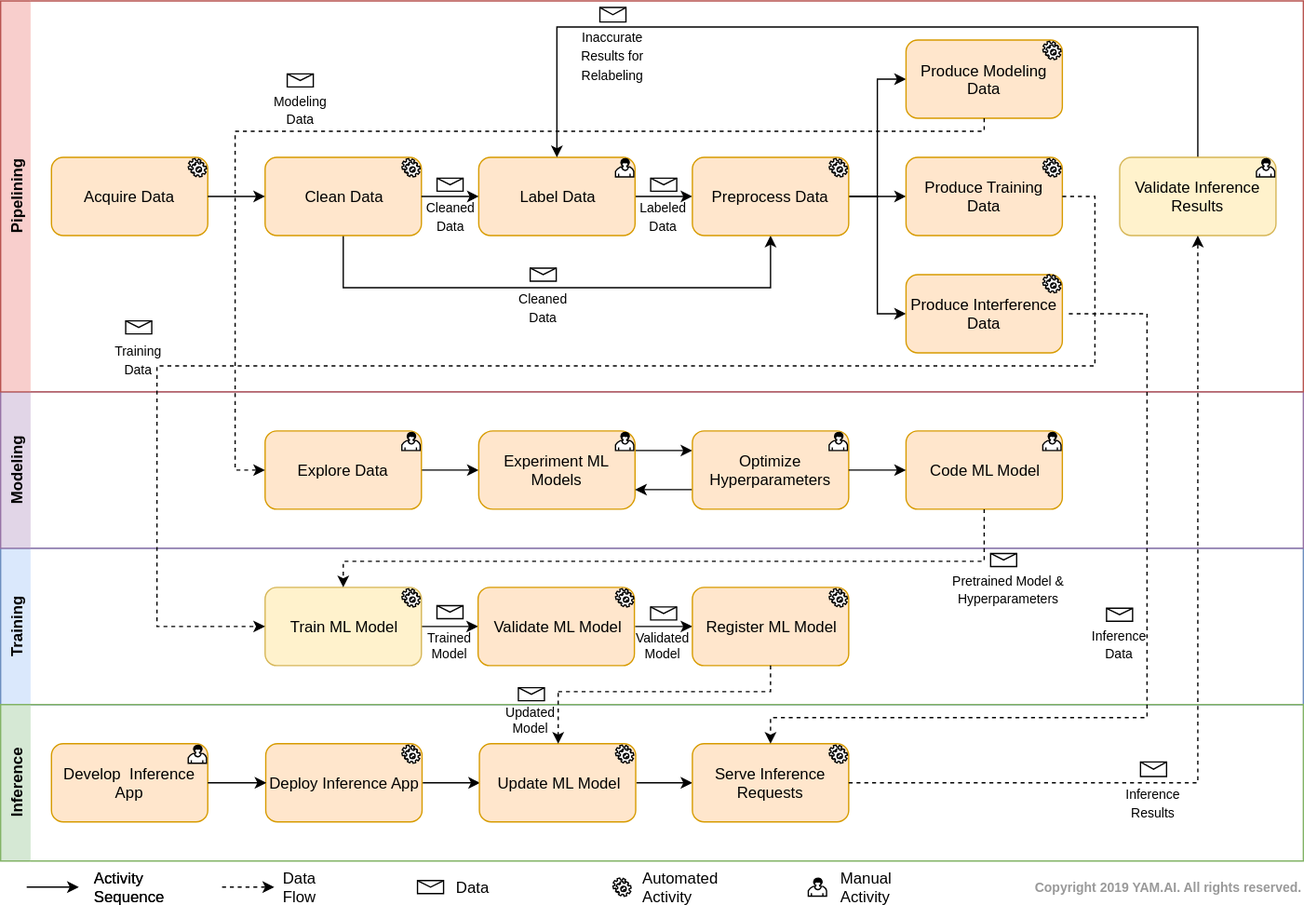
Earlier version of the draw.io export _static/images/yamflowchart.svg (yam-ai/yamflow-doc). Source tidied: cells renumbered, new cells last; positions are measured from the earlier drawing's top-left corner, leaving out a move shared by most shapes.
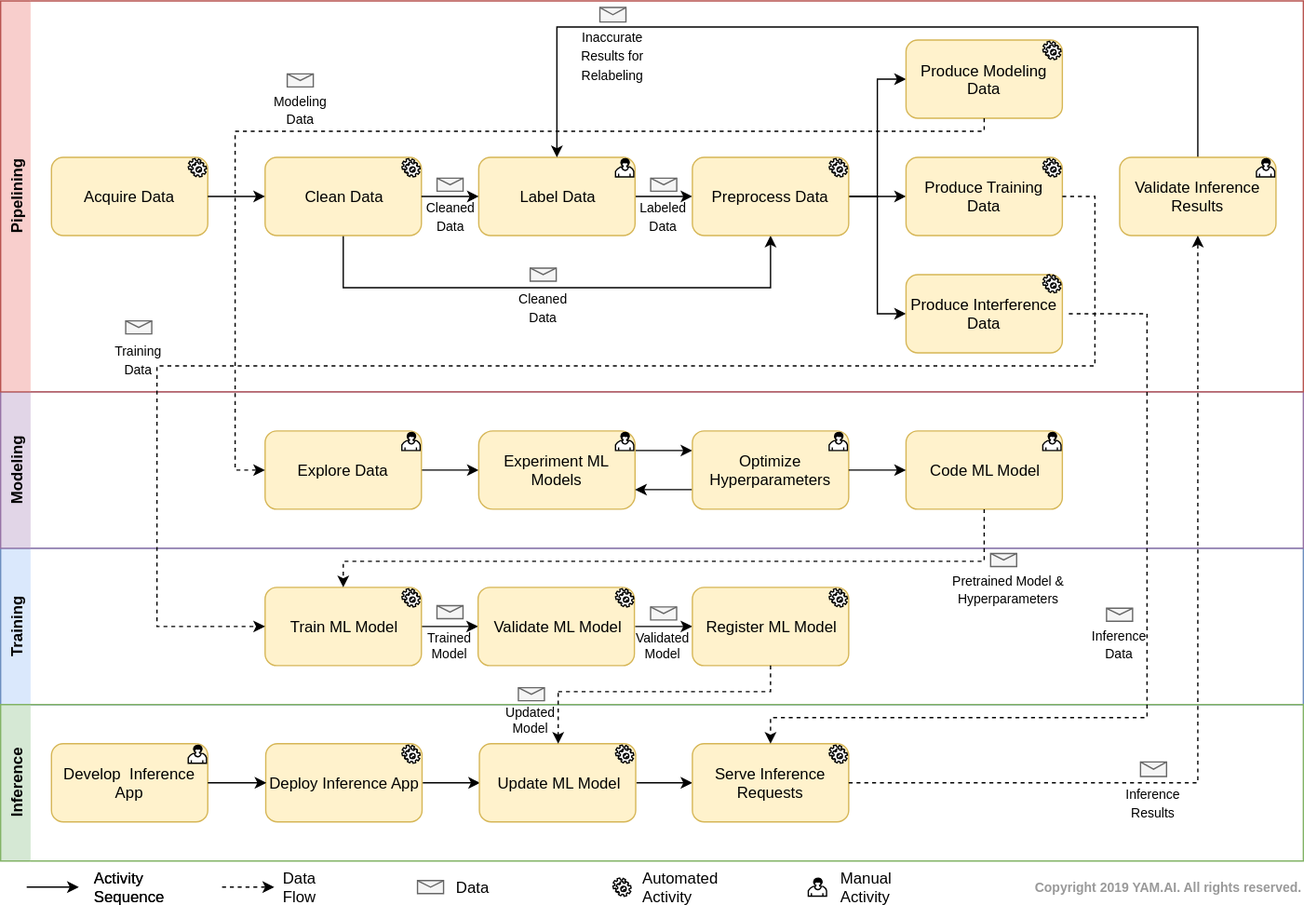
The same diagram one commit later.

Commit message:
Edit YamFlow Chart diagram

Change to the diagram source:
```diff
@@ -11,22 +11,22 @@
     <mxCell id="4" style="edgeStyle=orthogonalEdgeStyle;rounded=0;html=1;exitX=1;exitY=0.5;exitDx=0;exitDy=0;jettySize=auto;" parent="3" edge="1" source="5" target="7">
       <mxGeometry relative="1" as="geometry" />
     </mxCell>
-    <mxCell id="5" value="Explore Data" style="shape=ext;rounded=1;html=1;whiteSpace=wrap;fillColor=#ffe6cc;strokeColor=#d79b00;" parent="3" vertex="1">
+    <mxCell id="5" value="Explore Data" style="shape=ext;rounded=1;html=1;whiteSpace=wrap;fillColor=#fff2cc;strokeColor=#d6b656;" parent="3" vertex="1">
       <mxGeometry x="203" y="30" width="120" height="60" as="geometry" />
     </mxCell>
     <mxCell id="6" style="edgeStyle=orthogonalEdgeStyle;rounded=0;html=1;exitX=1;exitY=0.25;exitDx=0;exitDy=0;entryX=0;entryY=0.25;entryDx=0;entryDy=0;jettySize=auto;" parent="3" edge="1" source="7" target="9">
       <mxGeometry relative="1" as="geometry" />
     </mxCell>
-    <mxCell id="7" value="Experiment ML Models" style="shape=ext;rounded=1;html=1;whiteSpace=wrap;fillColor=#ffe6cc;strokeColor=#d79b00;arcSize=18;" parent="3" vertex="1">
+    <mxCell id="7" value="Experiment ML Models" style="shape=ext;rounded=1;html=1;whiteSpace=wrap;fillColor=#fff2cc;strokeColor=#d6b656;arcSize=18;" parent="3" vertex="1">
       <mxGeometry x="367" y="30" width="120" height="60" as="geometry" />
     </mxCell>
     <mxCell id="8" style="edgeStyle=orthogonalEdgeStyle;rounded=0;html=1;exitX=0;exitY=0.75;exitDx=0;exitDy=0;entryX=1;entryY=0.75;entryDx=0;entryDy=0;jettySize=auto;" parent="3" edge="1" source="9" target="7">
       <mxGeometry relative="1" as="geometry" />
     </mxCell>
-    <mxCell id="9" value="Optimize Hyperparameters" style="shape=ext;rounded=1;html=1;whiteSpace=wrap;fillColor=#ffe6cc;strokeColor=#d79b00;" parent="3" vertex="1">
+    <mxCell id="9" value="Optimize Hyperparameters" style="shape=ext;rounded=1;html=1;whiteSpace=wrap;fillColor=#fff2cc;strokeColor=#d6b656;" parent="3" vertex="1">
       <mxGeometry x="531" y="30" width="120" height="60" as="geometry" />
     </mxCell>
-    <mxCell id="10" value="Code ML Model" style="shape=ext;rounded=1;html=1;whiteSpace=wrap;fillColor=#ffe6cc;strokeColor=#d79b00;" parent="3" vertex="1">
+    <mxCell id="10" value="Code ML Model" style="shape=ext;rounded=1;html=1;whiteSpace=wrap;fillColor=#fff2cc;strokeColor=#d6b656;" parent="3" vertex="1">
       <mxGeometry x="695" y="30" width="120" height="60" as="geometry" />
     </mxCell>
     <mxCell id="11" style="edgeStyle=orthogonalEdgeStyle;rounded=0;html=1;exitX=1;exitY=0.5;exitDx=0;exitDy=0;jettySize=auto;entryX=0;entryY=0.5;entryDx=0;entryDy=0;" parent="3" edge="1" source="9" target="10">
@@ -53,10 +53,10 @@
     <mxCell id="18" style="edgeStyle=orthogonalEdgeStyle;rounded=0;html=1;exitX=1;exitY=0.5;exitDx=0;exitDy=0;entryX=0;entryY=0.5;entryDx=0;entryDy=0;jettySize=auto;" parent="2" edge="1" source="19" target="20">
       <mxGeometry relative="1" as="geometry" />
     </mxCell>
-    <mxCell id="19" value="Validate ML Model" style="shape=ext;rounded=1;html=1;whiteSpace=wrap;fillColor=#ffe6cc;strokeColor=#d79b00;" parent="2" vertex="1">
+    <mxCell id="19" value="Validate ML Model" style="shape=ext;rounded=1;html=1;whiteSpace=wrap;fillColor=#fff2cc;strokeColor=#d6b656;" parent="2" vertex="1">
       <mxGeometry x="366.5" y="30" width="120" height="60" as="geometry" />
     </mxCell>
-    <mxCell id="20" value="Register ML Model" style="shape=ext;rounded=1;html=1;whiteSpace=wrap;fillColor=#ffe6cc;strokeColor=#d79b00;" parent="2" vertex="1">
+    <mxCell id="20" value="Register ML Model" style="shape=ext;rounded=1;html=1;whiteSpace=wrap;fillColor=#fff2cc;strokeColor=#d6b656;" parent="2" vertex="1">
       <mxGeometry x="531" y="30" width="120" height="60" as="geometry" />
     </mxCell>
     <mxCell id="21" style="edgeStyle=orthogonalEdgeStyle;rounded=0;html=1;exitX=0.5;exitY=1;exitDx=0;exitDy=0;entryX=0.5;entryY=0;entryDx=0;entryDy=0;dashed=1;jettySize=auto;" parent="2" edge="1" source="10" target="17">
@@ -76,13 +76,13 @@
     <mxCell id="24" style="shape=mxgraph.bpmn.service_task;html=1;" parent="2" vertex="1">
       <mxGeometry x="636" y="31" width="14" height="14" as="geometry" />
     </mxCell>
-    <mxCell id="25" style="shape=message;whiteSpace=wrap;html=1;" parent="2" vertex="1">
+    <mxCell id="25" style="shape=message;whiteSpace=wrap;html=1;fillColor=#f5f5f5;strokeColor=#666666;fontColor=#333333;" parent="2" vertex="1">
       <mxGeometry x="334.9" y="44" width="20" height="10" as="geometry" />
     </mxCell>
-    <mxCell id="26" style="shape=message;whiteSpace=wrap;html=1;" parent="2" vertex="1">
+    <mxCell id="26" style="shape=message;whiteSpace=wrap;html=1;fillColor=#f5f5f5;strokeColor=#666666;fontColor=#333333;" parent="2" vertex="1">
       <mxGeometry x="498.9" y="45" width="20" height="10" as="geometry" />
     </mxCell>
-    <mxCell id="27" style="shape=message;whiteSpace=wrap;html=1;" parent="2" vertex="1">
+    <mxCell id="27" style="shape=message;whiteSpace=wrap;html=1;fillColor=#f5f5f5;strokeColor=#666666;fontColor=#333333;" parent="2" vertex="1">
       <mxGeometry x="759.9" y="4" width="20" height="10" as="geometry" />
     </mxCell>
     <mxCell id="28" value="&lt;font style=&quot;font-size: 10px ; line-height: 120%&quot;&gt;Pretrained Model &amp;amp; &lt;br&gt;Hyperparameters&lt;br&gt;&lt;/font&gt;" style="text;html=1;align=center;verticalAlign=middle;fillColor=none;strokeColor=none;rounded=0;" parent="2" vertex="1">
@@ -94,7 +94,7 @@
     <mxCell id="30" value="&lt;p style=&quot;line-height: 120% ; font-size: 10px&quot;&gt;Updated&lt;br&gt;Model&lt;br&gt;&lt;/p&gt;" style="text;html=1;align=center;verticalAlign=middle;fillColor=none;strokeColor=none;rounded=0;" parent="29" vertex="1">
       <mxGeometry width="50" height="50" as="geometry" />
     </mxCell>
-    <mxCell id="31" style="shape=message;whiteSpace=wrap;html=1;" parent="29" vertex="1">
+    <mxCell id="31" style="shape=message;whiteSpace=wrap;html=1;fillColor=#f5f5f5;strokeColor=#666666;fontColor=#333333;" parent="29" vertex="1">
       <mxGeometry x="15" width="20" height="10" as="geometry" />
     </mxCell>
     <mxCell id="32" value="&lt;p style=&quot;line-height: 120% ; font-size: 10px&quot;&gt;Trained&lt;br&gt;Model&lt;br&gt;&lt;/p&gt;" style="text;html=1;align=center;verticalAlign=middle;fillColor=none;strokeColor=none;rounded=0;" parent="2" vertex="1">
@@ -103,7 +103,7 @@
     <mxCell id="33" value="&lt;p style=&quot;line-height: 120% ; font-size: 10px&quot;&gt;Validated&lt;br&gt;Model&lt;br&gt;&lt;/p&gt;" style="text;html=1;align=center;verticalAlign=middle;fillColor=none;strokeColor=none;rounded=0;" parent="2" vertex="1">
       <mxGeometry x="478.9" y="50" width="60" height="50" as="geometry" />
     </mxCell>
-    <mxCell id="34" style="shape=message;whiteSpace=wrap;html=1;" parent="2" vertex="1">
+    <mxCell id="34" style="shape=message;whiteSpace=wrap;html=1;fillColor=#f5f5f5;strokeColor=#666666;fontColor=#333333;" parent="2" vertex="1">
       <mxGeometry x="848.9" y="46" width="20" height="10" as="geometry" />
     </mxCell>
     <mxCell id="35" value="&lt;font style=&quot;font-size: 10px&quot;&gt;Inference&lt;br&gt;Data&lt;/font&gt;" style="text;html=1;align=center;verticalAlign=middle;fillColor=none;strokeColor=none;rounded=0;" parent="2" vertex="1">
@@ -115,16 +115,16 @@
     <mxCell id="37" style="edgeStyle=orthogonalEdgeStyle;rounded=0;html=1;exitX=1;exitY=0.5;exitDx=0;exitDy=0;entryX=0;entryY=0.5;entryDx=0;entryDy=0;jettySize=auto;" parent="36" edge="1" source="38" target="40">
       <mxGeometry relative="1" as="geometry" />
     </mxCell>
-    <mxCell id="38" value="Deploy Inference App" style="shape=ext;rounded=1;html=1;whiteSpace=wrap;fillColor=#ffe6cc;strokeColor=#d79b00;" parent="36" vertex="1">
+    <mxCell id="38" value="Deploy Inference App" style="shape=ext;rounded=1;html=1;whiteSpace=wrap;fillColor=#fff2cc;strokeColor=#d6b656;" parent="36" vertex="1">
       <mxGeometry x="203.5" y="30" width="120" height="60" as="geometry" />
     </mxCell>
     <mxCell id="39" style="edgeStyle=orthogonalEdgeStyle;rounded=0;html=1;exitX=1;exitY=0.5;exitDx=0;exitDy=0;jettySize=auto;" parent="36" edge="1" source="40" target="41">
       <mxGeometry relative="1" as="geometry" />
     </mxCell>
-    <mxCell id="40" value="Update ML Model" style="shape=ext;rounded=1;html=1;whiteSpace=wrap;fillColor=#ffe6cc;strokeColor=#d79b00;" parent="36" vertex="1">
+    <mxCell id="40" value="Update ML Model" style="shape=ext;rounded=1;html=1;whiteSpace=wrap;fillColor=#fff2cc;strokeColor=#d6b656;" parent="36" vertex="1">
       <mxGeometry x="367.5" y="30" width="120" height="60" as="geometry" />
     </mxCell>
-    <mxCell id="41" value="Serve Inference Requests" style="shape=ext;rounded=1;html=1;whiteSpace=wrap;fillColor=#ffe6cc;strokeColor=#d79b00;" parent="36" vertex="1">
+    <mxCell id="41" value="Serve Inference Requests" style="shape=ext;rounded=1;html=1;whiteSpace=wrap;fillColor=#fff2cc;strokeColor=#d6b656;" parent="36" vertex="1">
       <mxGeometry x="531" y="30" width="120" height="60" as="geometry" />
     </mxCell>
     <mxCell id="42" style="shape=mxgraph.bpmn.service_task;html=1;" parent="36" vertex="1">
@@ -136,7 +136,7 @@
     <mxCell id="44" style="shape=mxgraph.bpmn.service_task;html=1;" parent="36" vertex="1">
       <mxGeometry x="308" y="31" width="14" height="14" as="geometry" />
     </mxCell>
-    <mxCell id="45" value="Develop&amp;nbsp; Inference App" style="shape=ext;rounded=1;html=1;whiteSpace=wrap;fillColor=#ffe6cc;strokeColor=#d79b00;" parent="36" vertex="1">
+    <mxCell id="45" value="Develop&amp;nbsp; Inference App" style="shape=ext;rounded=1;html=1;whiteSpace=wrap;fillColor=#fff2cc;strokeColor=#d6b656;" parent="36" vertex="1">
       <mxGeometry x="39" y="30" width="120" height="60" as="geometry" />
     </mxCell>
     <mxCell id="46" style="edgeStyle=orthogonalEdgeStyle;rounded=0;html=1;exitX=1;exitY=0.5;exitDx=0;exitDy=0;entryX=0;entryY=0.5;entryDx=0;entryDy=0;jettySize=auto;" parent="36" edge="1" source="45" target="38">
@@ -145,7 +145,7 @@
     <mxCell id="47" style="shape=mxgraph.bpmn.user_task;html=1;" parent="36" vertex="1">
       <mxGeometry x="144" y="31" width="14" height="14" as="geometry" />
     </mxCell>
-    <mxCell id="48" style="shape=message;whiteSpace=wrap;html=1;" parent="36" vertex="1">
+    <mxCell id="48" style="shape=message;whiteSpace=wrap;html=1;fillColor=#f5f5f5;strokeColor=#666666;fontColor=#333333;" parent="36" vertex="1">
       <mxGeometry x="875" y="44" width="20" height="11.1" as="geometry" />
     </mxCell>
     <mxCell id="49" value="&lt;font style=&quot;font-size: 10px&quot;&gt;Inference&lt;br&gt;Results&lt;/font&gt;" style="text;html=1;align=center;verticalAlign=middle;fillColor=none;strokeColor=none;rounded=0;" parent="36" vertex="1">
@@ -162,7 +162,7 @@
     <mxCell id="51" value="Pipelining&lt;br&gt;" style="swimlane;html=1;horizontal=0;swimlaneLine=0;fillColor=#f8cecc;strokeColor=#b85450;" parent="1" vertex="1">
       <mxGeometry width="1000" height="300" as="geometry" />
     </mxCell>
-    <mxCell id="52" value="Acquire Data" style="shape=ext;rounded=1;html=1;whiteSpace=wrap;fillColor=#ffe6cc;strokeColor=#d79b00;" parent="51" vertex="1">
+    <mxCell id="52" value="Acquire Data" style="shape=ext;rounded=1;html=1;whiteSpace=wrap;fillColor=#fff2cc;strokeColor=#d6b656;" parent="51" vertex="1">
       <mxGeometry x="39" y="120" width="120" height="60" as="geometry" />
     </mxCell>
     <mxCell id="53" style="edgeStyle=orthogonalEdgeStyle;rounded=0;html=1;exitX=0.5;exitY=1;exitDx=0;exitDy=0;entryX=0.5;entryY=1;entryDx=0;entryDy=0;jettySize=auto;" parent="51" edge="1" source="54" target="62">
@@ -173,7 +173,7 @@
         </Array>
       </mxGeometry>
     </mxCell>
-    <mxCell id="54" value="Clean Data&lt;br&gt;" style="shape=ext;rounded=1;html=1;whiteSpace=wrap;fillColor=#ffe6cc;strokeColor=#d79b00;" parent="51" vertex="1">
+    <mxCell id="54" value="Clean Data&lt;br&gt;" style="shape=ext;rounded=1;html=1;whiteSpace=wrap;fillColor=#fff2cc;strokeColor=#d6b656;" parent="51" vertex="1">
       <mxGeometry x="203" y="120" width="120" height="60" as="geometry" />
     </mxCell>
     <mxCell id="55" style="edgeStyle=orthogonalEdgeStyle;rounded=0;html=1;exitX=1;exitY=0.5;exitDx=0;exitDy=0;entryX=0;entryY=0.5;entryDx=0;entryDy=0;jettySize=auto;" parent="51" edge="1" source="52" target="54">
@@ -182,7 +182,7 @@
     <mxCell id="56" style="edgeStyle=orthogonalEdgeStyle;rounded=0;html=1;exitX=1;exitY=0.5;exitDx=0;exitDy=0;entryX=0;entryY=0.5;entryDx=0;entryDy=0;jettySize=auto;" parent="51" edge="1" source="57" target="62">
       <mxGeometry relative="1" as="geometry" />
     </mxCell>
-    <mxCell id="57" value="Label Data&lt;br&gt;" style="shape=ext;rounded=1;html=1;whiteSpace=wrap;fillColor=#ffe6cc;strokeColor=#d79b00;" parent="51" vertex="1">
+    <mxCell id="57" value="Label Data&lt;br&gt;" style="shape=ext;rounded=1;html=1;whiteSpace=wrap;fillColor=#fff2cc;strokeColor=#d6b656;" parent="51" vertex="1">
       <mxGeometry x="367" y="120" width="120" height="60" as="geometry" />
     </mxCell>
     <mxCell id="58" style="edgeStyle=orthogonalEdgeStyle;rounded=0;html=1;exitX=1;exitY=0.5;exitDx=0;exitDy=0;jettySize=auto;" parent="51" edge="1" source="54" target="57">
@@ -197,16 +197,16 @@
     <mxCell id="61" style="edgeStyle=orthogonalEdgeStyle;rounded=0;html=1;exitX=1;exitY=0.5;exitDx=0;exitDy=0;entryX=0;entryY=0.5;entryDx=0;entryDy=0;jettySize=auto;" parent="51" edge="1" source="62" target="65">
       <mxGeometry relative="1" as="geometry" />
     </mxCell>
-    <mxCell id="62" value="Preprocess Data&lt;br&gt;" style="shape=ext;rounded=1;html=1;whiteSpace=wrap;fillColor=#ffe6cc;strokeColor=#d79b00;" parent="51" vertex="1">
+    <mxCell id="62" value="Preprocess Data&lt;br&gt;" style="shape=ext;rounded=1;html=1;whiteSpace=wrap;fillColor=#fff2cc;strokeColor=#d6b656;" parent="51" vertex="1">
       <mxGeometry x="531" y="120" width="120" height="60" as="geometry" />
     </mxCell>
-    <mxCell id="63" value="Produce Training Data&lt;br&gt;" style="shape=ext;rounded=1;html=1;whiteSpace=wrap;fillColor=#ffe6cc;strokeColor=#d79b00;" parent="51" vertex="1">
+    <mxCell id="63" value="Produce Training Data&lt;br&gt;" style="shape=ext;rounded=1;html=1;whiteSpace=wrap;fillColor=#fff2cc;strokeColor=#d6b656;" parent="51" vertex="1">
       <mxGeometry x="695" y="120" width="120" height="60" as="geometry" />
     </mxCell>
-    <mxCell id="64" value="Produce Interference Data&lt;br&gt;" style="shape=ext;rounded=1;html=1;whiteSpace=wrap;fillColor=#ffe6cc;strokeColor=#d79b00;" parent="51" vertex="1">
+    <mxCell id="64" value="Produce Interference Data&lt;br&gt;" style="shape=ext;rounded=1;html=1;whiteSpace=wrap;fillColor=#fff2cc;strokeColor=#d6b656;" parent="51" vertex="1">
       <mxGeometry x="695" y="210" width="120" height="60" as="geometry" />
     </mxCell>
-    <mxCell id="65" value="Produce Modeling Data&lt;br&gt;" style="shape=ext;rounded=1;html=1;whiteSpace=wrap;fillColor=#ffe6cc;strokeColor=#d79b00;" parent="51" vertex="1">
+    <mxCell id="65" value="Produce Modeling Data&lt;br&gt;" style="shape=ext;rounded=1;html=1;whiteSpace=wrap;fillColor=#fff2cc;strokeColor=#d6b656;" parent="51" vertex="1">
       <mxGeometry x="695" y="30" width="120" height="60" as="geometry" />
     </mxCell>
     <mxCell id="66" style="edgeStyle=orthogonalEdgeStyle;rounded=0;html=1;exitX=0.5;exitY=0;exitDx=0;exitDy=0;entryX=0.5;entryY=0;entryDx=0;entryDy=0;jettySize=auto;" parent="51" edge="1" source="67" target="57">
@@ -226,16 +226,16 @@
     <mxCell id="69" value="&lt;font style=&quot;font-size: 10px&quot;&gt;Modeling&lt;br&gt;Data&lt;/font&gt;" style="text;html=1;align=center;verticalAlign=middle;fillColor=none;strokeColor=none;rounded=0;" parent="51" vertex="1">
       <mxGeometry x="200" y="63" width="60" height="40" as="geometry" />
     </mxCell>
-    <mxCell id="70" style="shape=message;whiteSpace=wrap;html=1;" parent="51" vertex="1">
+    <mxCell id="70" style="shape=message;whiteSpace=wrap;html=1;fillColor=#f5f5f5;strokeColor=#666666;fontColor=#333333;" parent="51" vertex="1">
       <mxGeometry x="220" y="56" width="20" height="10" as="geometry" />
     </mxCell>
-    <mxCell id="71" style="shape=message;whiteSpace=wrap;html=1;" parent="51" vertex="1">
+    <mxCell id="71" style="shape=message;whiteSpace=wrap;html=1;fillColor=#f5f5f5;strokeColor=#666666;fontColor=#333333;" parent="51" vertex="1">
       <mxGeometry x="96" y="245.5" width="20" height="10" as="geometry" />
     </mxCell>
     <mxCell id="72" value="&lt;font style=&quot;font-size: 10px&quot;&gt;Training&lt;br&gt;Data&lt;/font&gt;" style="text;html=1;align=center;verticalAlign=middle;fillColor=none;strokeColor=none;rounded=0;" parent="51" vertex="1">
       <mxGeometry x="81" y="254.5" width="50" height="40" as="geometry" />
     </mxCell>
-    <mxCell id="73" style="shape=message;whiteSpace=wrap;html=1;" parent="51" vertex="1">
+    <mxCell id="73" style="shape=message;whiteSpace=wrap;html=1;fillColor=#f5f5f5;strokeColor=#666666;fontColor=#333333;" parent="51" vertex="1">
       <mxGeometry x="499" y="136" width="20" height="10" as="geometry" />
     </mxCell>
     <mxCell id="74" value="&lt;font style=&quot;font-size: 10px&quot;&gt;Labeled&lt;br&gt;Data&lt;/font&gt;" style="text;html=1;align=center;verticalAlign=middle;fillColor=none;strokeColor=none;rounded=0;" parent="51" vertex="1">
@@ -262,19 +262,19 @@
     <mxCell id="81" style="shape=mxgraph.bpmn.service_task;html=1;" parent="51" vertex="1">
       <mxGeometry x="308" y="121" width="14" height="14" as="geometry" />
     </mxCell>
-    <mxCell id="82" style="shape=message;whiteSpace=wrap;html=1;" parent="51" vertex="1">
+    <mxCell id="82" style="shape=message;whiteSpace=wrap;html=1;fillColor=#f5f5f5;strokeColor=#666666;fontColor=#333333;" parent="51" vertex="1">
       <mxGeometry x="335" y="136" width="20" height="10" as="geometry" />
     </mxCell>
     <mxCell id="83" value="&lt;font style=&quot;font-size: 10px&quot;&gt;Cleaned&lt;br&gt;Data&lt;/font&gt;" style="text;html=1;align=center;verticalAlign=middle;fillColor=none;strokeColor=none;rounded=0;" parent="51" vertex="1">
       <mxGeometry x="320" y="145" width="50" height="40" as="geometry" />
     </mxCell>
-    <mxCell id="84" style="shape=message;whiteSpace=wrap;html=1;" parent="51" vertex="1">
+    <mxCell id="84" style="shape=message;whiteSpace=wrap;html=1;fillColor=#f5f5f5;strokeColor=#666666;fontColor=#333333;" parent="51" vertex="1">
       <mxGeometry x="406.5" y="205" width="20" height="10" as="geometry" />
     </mxCell>
     <mxCell id="85" value="&lt;font style=&quot;font-size: 10px&quot;&gt;Cleaned&lt;br&gt;Data&lt;/font&gt;" style="text;html=1;align=center;verticalAlign=middle;fillColor=none;strokeColor=none;rounded=0;" parent="51" vertex="1">
       <mxGeometry x="391.5" y="215" width="50" height="40" as="geometry" />
     </mxCell>
-    <mxCell id="86" style="shape=message;whiteSpace=wrap;html=1;" parent="51" vertex="1">
+    <mxCell id="86" style="shape=message;whiteSpace=wrap;html=1;fillColor=#f5f5f5;strokeColor=#666666;fontColor=#333333;" parent="51" vertex="1">
       <mxGeometry x="460" y="5" width="20" height="11.1" as="geometry" />
     </mxCell>
     <mxCell id="87" value="&lt;font style=&quot;font-size: 10px&quot;&gt;Inaccurate&lt;br&gt;Results for&lt;br&gt;Relabeling&lt;/font&gt;" style="text;html=1;align=center;verticalAlign=middle;fillColor=none;strokeColor=none;rounded=0;" parent="51" vertex="1">
@@ -332,7 +332,7 @@
         <mxPoint x="210" y="680" as="targetPoint" />
       </mxGeometry>
     </mxCell>
-    <mxCell id="94" style="shape=message;whiteSpace=wrap;html=1;" parent="1" vertex="1">
+    <mxCell id="94" style="shape=message;whiteSpace=wrap;html=1;fillColor=#f5f5f5;strokeColor=#666666;fontColor=#333333;" parent="1" vertex="1">
       <mxGeometry x="320" y="675" width="20" height="10" as="geometry" />
     </mxCell>
     <mxCell id="95" style="shape=mxgraph.bpmn.service_task;html=1;" parent="1" vertex="1">
```
